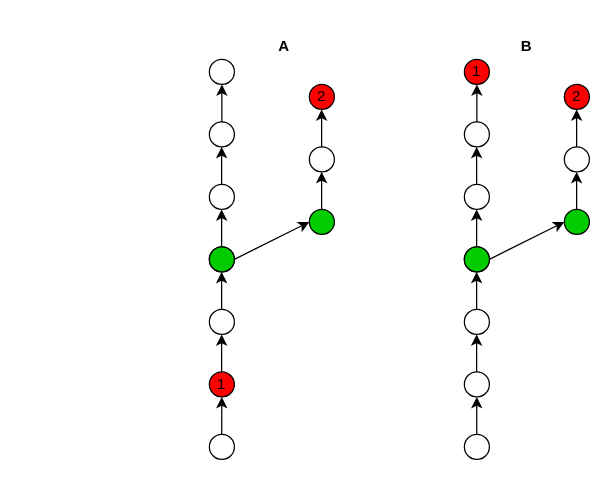
Earlier version of the draw.io diagram branch.drawio (craftslab/diffmanifests). Source tidied: cells renumbered, new cells numbered last; positions are measured from the earlier drawing's top-left corner, leaving out a move shared by most shapes. Both pictures are drawn from the tidied source at 125%, with x=0, y=0 at pixel (209, 34).
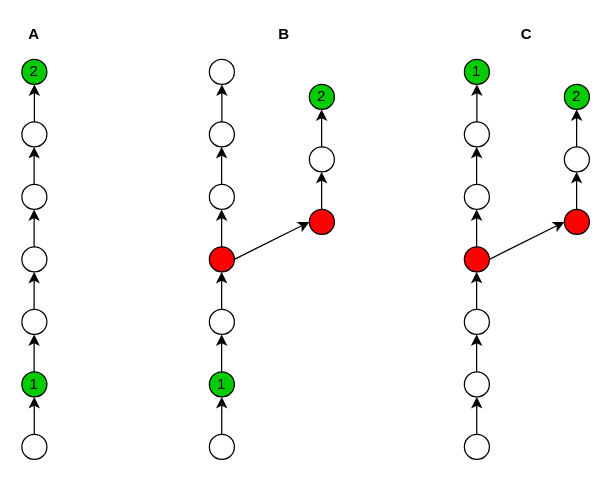
The same diagram, later.

Diff of the diagram source:
```diff
@@
-    <mxCell id="6" style="ellipse;whiteSpace=wrap;html=1;fillColor=#00CC00;" parent="1" vertex="1">
-      <mxGeometry y="170" width="20" height="20" as="geometry" />
-    </mxCell>
-    <mxCell id="7" value="1" style="ellipse;whiteSpace=wrap;html=1;fillColor=#FF0000;" parent="1" vertex="1">
-      <mxGeometry y="270" width="20" height="20" as="geometry" />
-    </mxCell>
-    <mxCell id="8" style="ellipse;whiteSpace=wrap;html=1;fillColor=#00CC00;" parent="1" vertex="1">
-      <mxGeometry y="170" width="20" height="20" as="geometry" />
-    </mxCell>
@@
-    <mxCell id="10" value="2" style="ellipse;whiteSpace=wrap;html=1;fillColor=#FF0000;" parent="1" vertex="1">
-      <mxGeometry x="80" y="40" width="20" height="20" as="geometry" />
-    </mxCell>
-    <mxCell id="11" style="ellipse;whiteSpace=wrap;html=1;fillColor=#00CC00;" parent="1" vertex="1">
-      <mxGeometry x="80" y="140" width="20" height="20" as="geometry" />
-    </mxCell>
-    <mxCell id="12" style="endArrow=classic;html=1;exitX=1;exitY=0.5;exitDx=0;exitDy=0;entryX=0;entryY=0.5;entryDx=0;entryDy=0;" parent="1" edge="1" source="6" target="11">
-      <mxGeometry relative="1" as="geometry" />
+    <mxCell id="12" style="endArrow=classic;html=1;exitX=1;exitY=0.5;exitDx=0;exitDy=0;entryX=0;entryY=0.5;entryDx=0;entryDy=0;" parent="1" edge="1">
+      <mxGeometry relative="1" as="geometry">
+        <mxPoint x="20" y="180" as="sourcePoint" />
+        <mxPoint x="80" y="150" as="targetPoint" />
+      </mxGeometry>
     </mxCell>
@@
-    <mxCell id="22" value="B" style="text;html=1;strokeColor=none;fillColor=none;align=center;verticalAlign=middle;whiteSpace=wrap;rounded=0;fontStyle=1;" parent="1" vertex="1">
-      <mxGeometry x="244" width="20" height="20" as="geometry" />
+    <mxCell id="22" value="C" style="text;html=1;strokeColor=none;fillColor=none;align=center;verticalAlign=middle;whiteSpace=wrap;rounded=0;fontStyle=1;" parent="1" vertex="1">
+      <mxGeometry x="244" y="-10" width="20" height="20" as="geometry" />
     </mxCell>
-    <mxCell id="23" value="A" style="text;html=1;strokeColor=none;fillColor=none;align=center;verticalAlign=middle;whiteSpace=wrap;rounded=0;fontStyle=1;" parent="1" vertex="1">
-      <mxGeometry x="50" width="20" height="20" as="geometry" />
+    <mxCell id="23" value="B" style="text;html=1;strokeColor=none;fillColor=none;align=center;verticalAlign=middle;whiteSpace=wrap;rounded=0;fontStyle=1;" parent="1" vertex="1">
+      <mxGeometry x="50" y="-10" width="20" height="20" as="geometry" />
     </mxCell>
@@
-    <mxCell id="27" style="ellipse;whiteSpace=wrap;html=1;fillColor=#00CC00;" parent="1" vertex="1">
-      <mxGeometry x="204" y="170" width="20" height="20" as="geometry" />
-    </mxCell>
@@
-    <mxCell id="29" style="ellipse;whiteSpace=wrap;html=1;fillColor=#00CC00;" parent="1" vertex="1">
-      <mxGeometry x="204" y="170" width="20" height="20" as="geometry" />
-    </mxCell>
@@
-    <mxCell id="31" value="2" style="ellipse;whiteSpace=wrap;html=1;fillColor=#FF0000;" parent="1" vertex="1">
-      <mxGeometry x="284" y="40" width="20" height="20" as="geometry" />
-    </mxCell>
-    <mxCell id="32" style="ellipse;whiteSpace=wrap;html=1;fillColor=#00CC00;" parent="1" vertex="1">
-      <mxGeometry x="284" y="140" width="20" height="20" as="geometry" />
-    </mxCell>
-    <mxCell id="33" style="endArrow=classic;html=1;exitX=1;exitY=0.5;exitDx=0;exitDy=0;entryX=0;entryY=0.5;entryDx=0;entryDy=0;" parent="1" edge="1" source="27" target="32">
-      <mxGeometry relative="1" as="geometry" />
+    <mxCell id="33" style="endArrow=classic;html=1;exitX=1;exitY=0.5;exitDx=0;exitDy=0;entryX=0;entryY=0.5;entryDx=0;entryDy=0;" parent="1" edge="1">
+      <mxGeometry relative="1" as="geometry">
+        <mxPoint x="224" y="180" as="sourcePoint" />
+        <mxPoint x="284" y="150" as="targetPoint" />
+      </mxGeometry>
     </mxCell>
@@
-    <mxCell id="43" value="1" style="ellipse;whiteSpace=wrap;html=1;fillColor=#FF0000;" parent="1" vertex="1">
-      <mxGeometry x="204" y="20" width="20" height="20" as="geometry" />
-    </mxCell>
+    <mxCell id="44" style="ellipse;whiteSpace=wrap;html=1;fillColor=#FF0000;" parent="1" vertex="1">
+      <mxGeometry x="80" y="140" width="20" height="20" as="geometry" />
+    </mxCell>
+    <mxCell id="45" value="1" style="ellipse;whiteSpace=wrap;html=1;fillColor=#00CC00;" parent="1" vertex="1">
+      <mxGeometry y="270" width="20" height="20" as="geometry" />
+    </mxCell>
+    <mxCell id="46" style="ellipse;whiteSpace=wrap;html=1;fillColor=#FF0000;" parent="1" vertex="1">
+      <mxGeometry y="170" width="20" height="20" as="geometry" />
+    </mxCell>
+    <mxCell id="47" value="2" style="ellipse;whiteSpace=wrap;html=1;fillColor=#00CC00;" parent="1" vertex="1">
+      <mxGeometry x="80" y="40" width="20" height="20" as="geometry" />
+    </mxCell>
+    <mxCell id="48" style="ellipse;whiteSpace=wrap;html=1;fillColor=#FF0000;" parent="1" vertex="1">
+      <mxGeometry x="204" y="170" width="20" height="20" as="geometry" />
+    </mxCell>
+    <mxCell id="49" style="ellipse;whiteSpace=wrap;html=1;fillColor=#FF0000;" parent="1" vertex="1">
+      <mxGeometry x="284" y="140" width="20" height="20" as="geometry" />
+    </mxCell>
+    <mxCell id="50" value="2" style="ellipse;whiteSpace=wrap;html=1;fillColor=#00CC00;" parent="1" vertex="1">
+      <mxGeometry x="284" y="40" width="20" height="20" as="geometry" />
+    </mxCell>
+    <mxCell id="51" value="1" style="ellipse;whiteSpace=wrap;html=1;fillColor=#00CC00;" parent="1" vertex="1">
+      <mxGeometry x="204" y="20" width="20" height="20" as="geometry" />
+    </mxCell>
+    <mxCell id="52" style="ellipse;whiteSpace=wrap;html=1;" parent="1" vertex="1">
+      <mxGeometry x="-150" y="70" width="20" height="20" as="geometry" />
+    </mxCell>
+    <mxCell id="53" style="ellipse;whiteSpace=wrap;html=1;" parent="1" vertex="1">
+      <mxGeometry x="-150" y="120" width="20" height="20" as="geometry" />
+    </mxCell>
+    <mxCell id="54" style="ellipse;whiteSpace=wrap;html=1;" parent="1" vertex="1">
+      <mxGeometry x="-150" y="220" width="20" height="20" as="geometry" />
+    </mxCell>
+    <mxCell id="55" style="endArrow=classic;html=1;" parent="1" edge="1">
+      <mxGeometry relative="1" as="geometry">
+        <mxPoint x="-140" y="70" as="sourcePoint" />
+        <mxPoint x="-140" y="40" as="targetPoint" />
+      </mxGeometry>
+    </mxCell>
+    <mxCell id="56" style="endArrow=classic;html=1;" parent="1" edge="1">
+      <mxGeometry relative="1" as="geometry">
+        <mxPoint x="-140.2" y="120" as="sourcePoint" />
+        <mxPoint x="-140.2" y="90" as="targetPoint" />
+      </mxGeometry>
+    </mxCell>
+    <mxCell id="57" style="endArrow=classic;html=1;" parent="1" edge="1">
+      <mxGeometry relative="1" as="geometry">
+        <mxPoint x="-140.2" y="170" as="sourcePoint" />
+        <mxPoint x="-140.2" y="140" as="targetPoint" />
+      </mxGeometry>
+    </mxCell>
+    <mxCell id="58" style="endArrow=classic;html=1;" parent="1" edge="1">
+      <mxGeometry relative="1" as="geometry">
+        <mxPoint x="-140.2" y="220" as="sourcePoint" />
+        <mxPoint x="-140.2" y="190" as="targetPoint" />
+      </mxGeometry>
+    </mxCell>
+    <mxCell id="59" style="endArrow=classic;html=1;" parent="1" edge="1">
+      <mxGeometry relative="1" as="geometry">
+        <mxPoint x="-140.2" y="270" as="sourcePoint" />
+        <mxPoint x="-140.2" y="240" as="targetPoint" />
+      </mxGeometry>
+    </mxCell>
+    <mxCell id="60" style="ellipse;whiteSpace=wrap;html=1;" parent="1" vertex="1">
+      <mxGeometry x="-150" y="320" width="20" height="20" as="geometry" />
+    </mxCell>
+    <mxCell id="61" style="endArrow=classic;html=1;" parent="1" edge="1">
+      <mxGeometry relative="1" as="geometry">
+        <mxPoint x="-140.1" y="320" as="sourcePoint" />
+        <mxPoint x="-140.1" y="290" as="targetPoint" />
+      </mxGeometry>
+    </mxCell>
+    <mxCell id="62" value="A" style="text;html=1;strokeColor=none;fillColor=none;align=center;verticalAlign=middle;whiteSpace=wrap;rounded=0;fontStyle=1;" parent="1" vertex="1">
+      <mxGeometry x="-150" y="-10" width="20" height="20" as="geometry" />
+    </mxCell>
+    <mxCell id="63" value="1" style="ellipse;whiteSpace=wrap;html=1;fillColor=#00CC00;" parent="1" vertex="1">
+      <mxGeometry x="-150" y="270" width="20" height="20" as="geometry" />
+    </mxCell>
+    <mxCell id="64" style="ellipse;whiteSpace=wrap;html=1;fillColor=#FFFFFF;" parent="1" vertex="1">
+      <mxGeometry x="-150" y="170" width="20" height="20" as="geometry" />
+    </mxCell>
+    <mxCell id="65" value="2" style="ellipse;whiteSpace=wrap;html=1;fillColor=#00CC00;" parent="1" vertex="1">
+      <mxGeometry x="-150" y="20" width="20" height="20" as="geometry" />
+    </mxCell>
```
